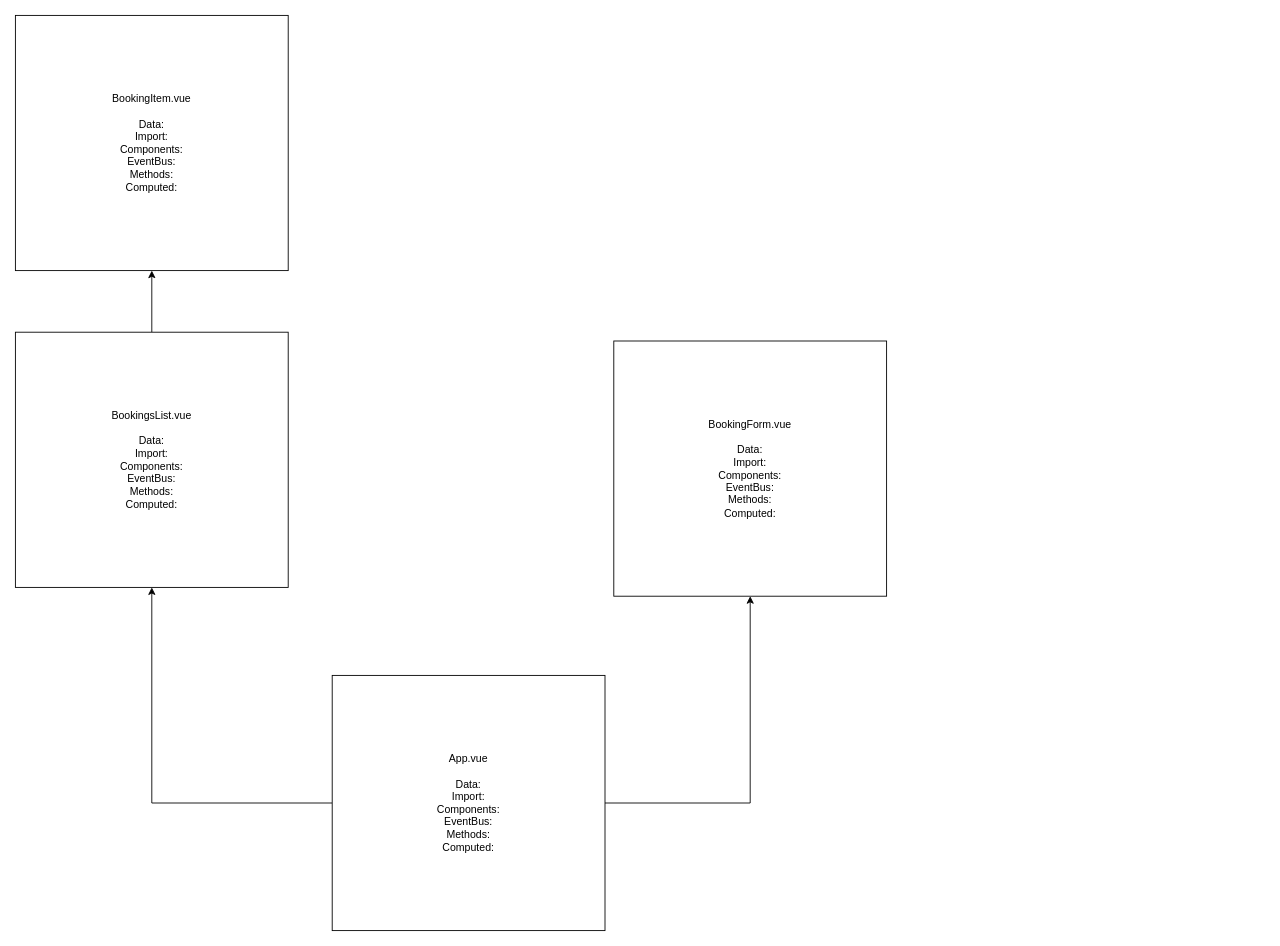
The draw.io diagram hotel.drawio in Ollie-Boyd/week-08-hotel-lab, before the edit. Source tidied: cells renumbered, new cells numbered last; positions are measured from the earlier drawing's top-left corner, leaving out a move shared by most shapes. Both pictures are drawn from the tidied source at 88%, with x=0, y=0 at pixel (15, 15).
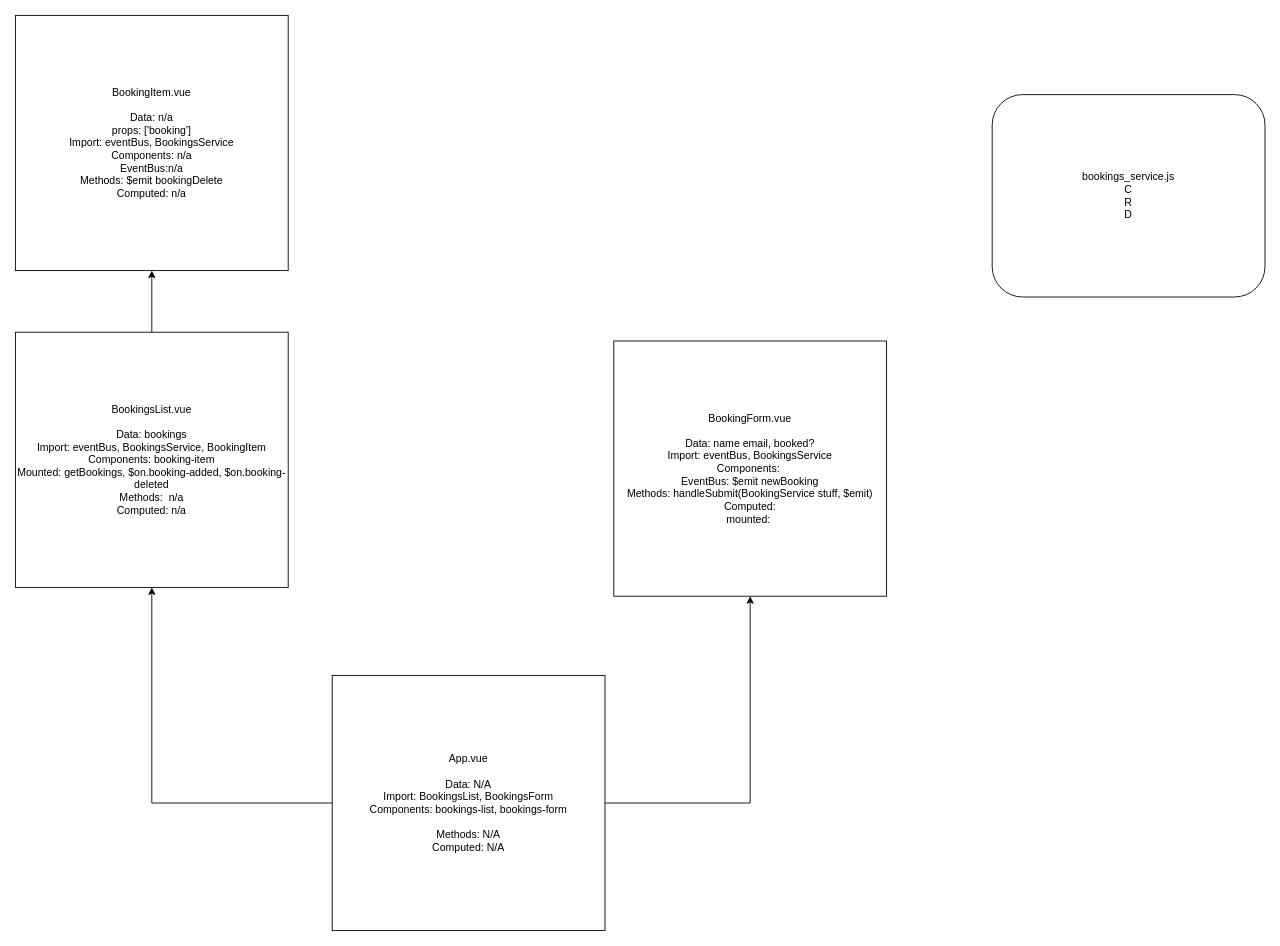
Above is the later version.

What changed in the source:
```diff
@@
 <mxGraphModel>
   <root>
     <mxCell id="0" />
     <mxCell id="1" parent="0" />
     <mxCell id="2" style="edgeStyle=orthogonalEdgeStyle;rounded=0;jettySize=auto;html=1;" parent="1" edge="1" source="4" target="6">
       <mxGeometry relative="1" as="geometry" />
     </mxCell>
     <mxCell id="3" style="edgeStyle=orthogonalEdgeStyle;rounded=0;jettySize=auto;html=1;" parent="1" edge="1" source="4" target="7">
       <mxGeometry relative="1" as="geometry" />
     </mxCell>
-    <mxCell id="4" value="App.vue&lt;br&gt;&lt;br&gt;Data:&lt;br&gt;Import:&lt;br&gt;Components:&lt;br&gt;EventBus:&lt;br&gt;Methods:&lt;br&gt;Computed:" style="rounded=0;whiteSpace=wrap;html=1;" parent="1" vertex="1">
+    <mxCell id="4" value="App.vue&lt;br&gt;&lt;br&gt;Data: N/A&lt;br&gt;Import: BookingsList, BookingsForm&lt;br&gt;Components: bookings-list, bookings-form&lt;br&gt;&lt;br&gt;Methods: N/A&lt;br&gt;Computed: N/A" style="rounded=0;whiteSpace=wrap;html=1;" parent="1" vertex="1">
       <mxGeometry x="360" y="750" width="310" height="290" as="geometry" />
     </mxCell>
     <mxCell id="5" style="edgeStyle=orthogonalEdgeStyle;rounded=0;jettySize=auto;html=1;entryX=0.5;entryY=1;entryDx=0;entryDy=0;" parent="1" edge="1" source="6" target="8">
       <mxGeometry relative="1" as="geometry" />
     </mxCell>
-    <mxCell id="6" value="BookingsList.vue&lt;br&gt;&lt;br&gt;Data:&lt;br&gt;Import:&lt;br&gt;Components:&lt;br&gt;EventBus:&lt;br&gt;Methods:&lt;br&gt;Computed:" style="rounded=0;whiteSpace=wrap;html=1;" parent="1" vertex="1">
+    <mxCell id="6" value="BookingsList.vue&lt;br&gt;&lt;br&gt;Data: bookings&lt;br&gt;Import: eventBus, BookingsService, BookingItem&lt;br&gt;Components: booking-item&lt;br&gt;Mounted: getBookings, $on.booking-added, $on.booking-deleted&lt;br&gt;Methods:&amp;nbsp; n/a&lt;br&gt;Computed: n/a" style="rounded=0;whiteSpace=wrap;html=1;" parent="1" vertex="1">
       <mxGeometry y="360" width="310" height="290" as="geometry" />
     </mxCell>
-    <mxCell id="7" value="BookingForm.vue&lt;br&gt;&lt;br&gt;Data:&lt;br&gt;Import:&lt;br&gt;Components:&lt;br&gt;EventBus:&lt;br&gt;Methods:&lt;br&gt;Computed:" style="rounded=0;whiteSpace=wrap;html=1;" parent="1" vertex="1">
+    <mxCell id="7" value="BookingForm.vue&lt;br&gt;&lt;br&gt;Data: name email, booked?&lt;br&gt;Import: eventBus, BookingsService&lt;br&gt;Components:&amp;nbsp;&lt;br&gt;EventBus: $emit newBooking&lt;br&gt;Methods: handleSubmit(BookingService stuff, $emit)&lt;br&gt;Computed:&lt;br&gt;mounted:&amp;nbsp;" style="rounded=0;whiteSpace=wrap;html=1;" parent="1" vertex="1">
       <mxGeometry x="680" y="370" width="310" height="290" as="geometry" />
     </mxCell>
-    <mxCell id="8" value="BookingItem.vue&lt;br&gt;&lt;br&gt;Data:&lt;br&gt;Import:&lt;br&gt;Components:&lt;br&gt;EventBus:&lt;br&gt;Methods:&lt;br&gt;Computed:" style="rounded=0;whiteSpace=wrap;html=1;" parent="1" vertex="1">
+    <mxCell id="8" value="BookingItem.vue&lt;br&gt;&lt;br&gt;Data: n/a&lt;br&gt;props: ['booking']&lt;br&gt;Import: eventBus, BookingsService&lt;br&gt;Components: n/a&lt;br&gt;EventBus:n/a&lt;br&gt;Methods: $emit bookingDelete&lt;br&gt;Computed: n/a" style="rounded=0;whiteSpace=wrap;html=1;" parent="1" vertex="1">
       <mxGeometry width="310" height="290" as="geometry" />
     </mxCell>
+    <mxCell id="9" value="bookings_service.js&lt;br&gt;C&lt;br&gt;R&lt;br&gt;D" style="rounded=1;whiteSpace=wrap;html=1;" parent="1" vertex="1">
+      <mxGeometry x="1110" y="90" width="310" height="230" as="geometry" />
+    </mxCell>
   </root>
 </mxGraphModel>
```
